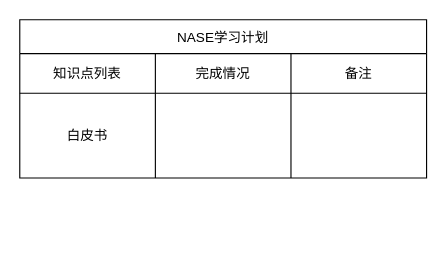
newgitofzinian/draw keeps this draw.io diagram as page "NASE相关" (2 of 3) of StudyPlan.drawio. Above is the earlier version. Source tidied: cells renumbered, new cells numbered last; positions are measured from the earlier drawing's top-left corner, leaving out a move shared by most shapes. Both pictures are drawn from the tidied source at 113%, with x=0, y=0 at pixel (19, 19).
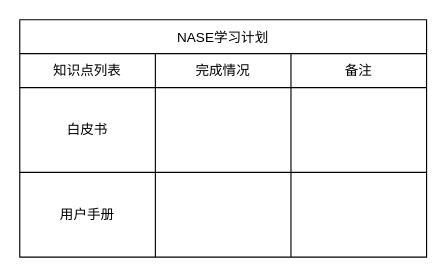
Above is the later version.

Diff of the diagram source:
```diff
@@
 <mxGraphModel>
   <root>
     <mxCell id="0" />
     <mxCell id="1" parent="0" />
     <mxCell id="2" value="NASE学习计划" style="shape=table;startSize=30;childLayout=tableLayout;" parent="1" vertex="1">
-      <mxGeometry width="360" height="140" as="geometry" />
+      <mxGeometry width="360" height="210" as="geometry" />
     </mxCell>
     <mxCell id="3" style="shape=tableRow;horizontal=0;startSize=0;swimlaneHead=0;swimlaneBody=0;top=0;left=0;bottom=0;right=0;fillColor=none;" parent="2" vertex="1">
-      <mxGeometry y="30" width="360" height="35" as="geometry" />
+      <mxGeometry y="30" width="360" height="30" as="geometry" />
     </mxCell>
     <mxCell id="4" value="知识点列表" style="shape=partialRectangle;html=1;whiteSpace=wrap;overflow=hidden;fillColor=none;top=0;left=0;bottom=0;right=0;" parent="3" vertex="1">
-      <mxGeometry width="120" height="35" as="geometry" />
+      <mxGeometry width="120" height="30" as="geometry" />
     </mxCell>
     <mxCell id="5" value="完成情况" style="shape=partialRectangle;html=1;whiteSpace=wrap;overflow=hidden;fillColor=none;top=0;left=0;bottom=0;right=0;" parent="3" vertex="1">
-      <mxGeometry x="120" width="120" height="35" as="geometry" />
+      <mxGeometry x="120" width="120" height="30" as="geometry" />
     </mxCell>
     <mxCell id="6" value="备注" style="shape=partialRectangle;html=1;whiteSpace=wrap;overflow=hidden;fillColor=none;top=0;left=0;bottom=0;right=0;" parent="3" vertex="1">
-      <mxGeometry x="240" width="120" height="35" as="geometry" />
+      <mxGeometry x="240" width="120" height="30" as="geometry" />
     </mxCell>
     <mxCell id="7" style="shape=tableRow;horizontal=0;startSize=0;swimlaneHead=0;swimlaneBody=0;top=0;left=0;bottom=0;right=0;fillColor=none;" parent="2" vertex="1">
-      <mxGeometry y="65" width="360" height="75" as="geometry" />
+      <mxGeometry y="60" width="360" height="75" as="geometry" />
     </mxCell>
     <mxCell id="8" value="白皮书" style="shape=partialRectangle;html=1;whiteSpace=wrap;overflow=hidden;fillColor=none;top=0;left=0;bottom=0;right=0;" parent="7" vertex="1">
       <mxGeometry width="120" height="75" as="geometry" />
     </mxCell>
     <mxCell id="9" style="shape=partialRectangle;html=1;whiteSpace=wrap;overflow=hidden;fillColor=none;top=0;left=0;bottom=0;right=0;" parent="7" vertex="1">
       <mxGeometry x="120" width="120" height="75" as="geometry" />
     </mxCell>
     <mxCell id="10" style="shape=partialRectangle;html=1;whiteSpace=wrap;overflow=hidden;fillColor=none;top=0;left=0;bottom=0;right=0;" parent="7" vertex="1">
       <mxGeometry x="240" width="120" height="75" as="geometry" />
     </mxCell>
+    <mxCell id="11" style="shape=tableRow;horizontal=0;startSize=0;swimlaneHead=0;swimlaneBody=0;top=0;left=0;bottom=0;right=0;fillColor=none;" parent="2" vertex="1">
+      <mxGeometry y="135" width="360" height="75" as="geometry" />
+    </mxCell>
+    <mxCell id="12" value="用户手册" style="shape=partialRectangle;html=1;whiteSpace=wrap;overflow=hidden;fillColor=none;top=0;left=0;bottom=0;right=0;" parent="11" vertex="1">
+      <mxGeometry width="120" height="75" as="geometry" />
+    </mxCell>
+    <mxCell id="13" style="shape=partialRectangle;html=1;whiteSpace=wrap;overflow=hidden;fillColor=none;top=0;left=0;bottom=0;right=0;" parent="11" vertex="1">
+      <mxGeometry x="120" width="120" height="75" as="geometry" />
+    </mxCell>
+    <mxCell id="14" style="shape=partialRectangle;html=1;whiteSpace=wrap;overflow=hidden;fillColor=none;top=0;left=0;bottom=0;right=0;" parent="11" vertex="1">
+      <mxGeometry x="240" width="120" height="75" as="geometry" />
+    </mxCell>
   </root>
 </mxGraphModel>
```
